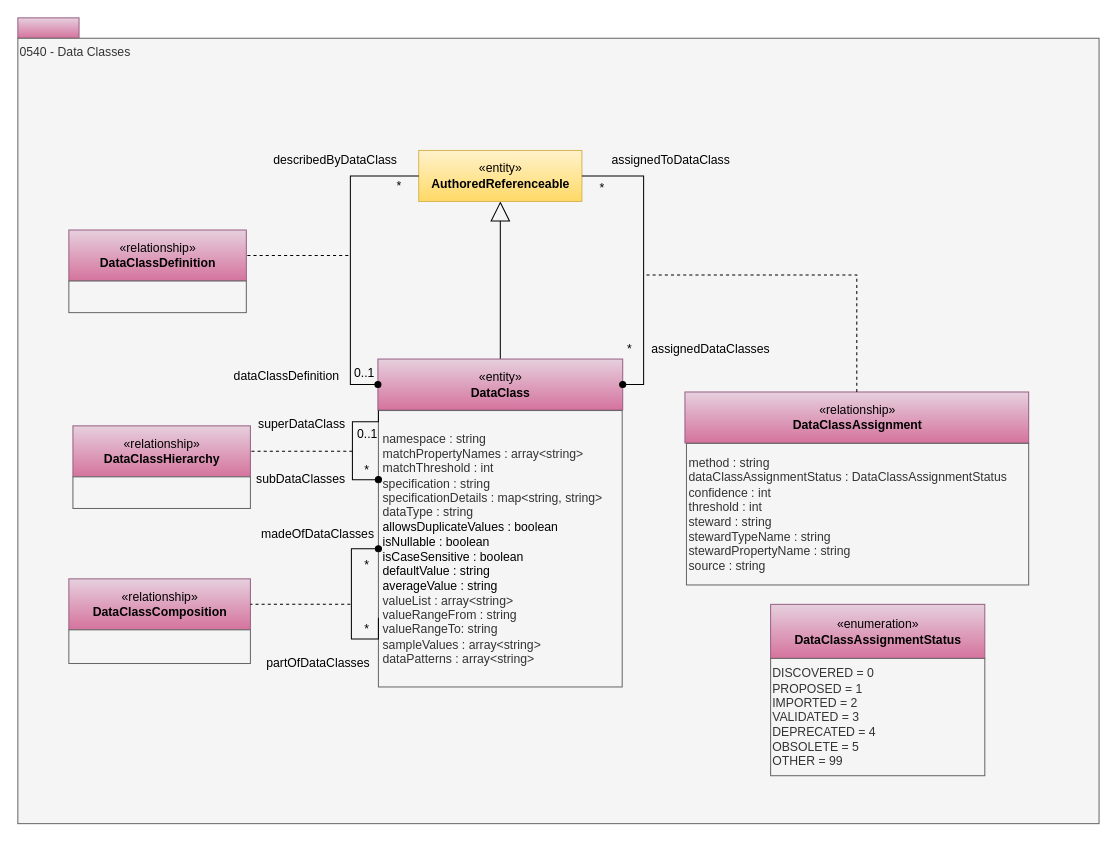
Above: page "0540-Data-Classes" (24 of 33) of site/docs/types/5/area-5-models-and-schema.drawio in odpi/egeria-docs (draw.io), before the change. Source tidied: cells renumbered, new cells numbered last; positions are measured from the earlier drawing's top-left corner, leaving out a move shared by most shapes. Both pictures are drawn from the tidied source at 102%, with x=0, y=0 at pixel (17, 17).
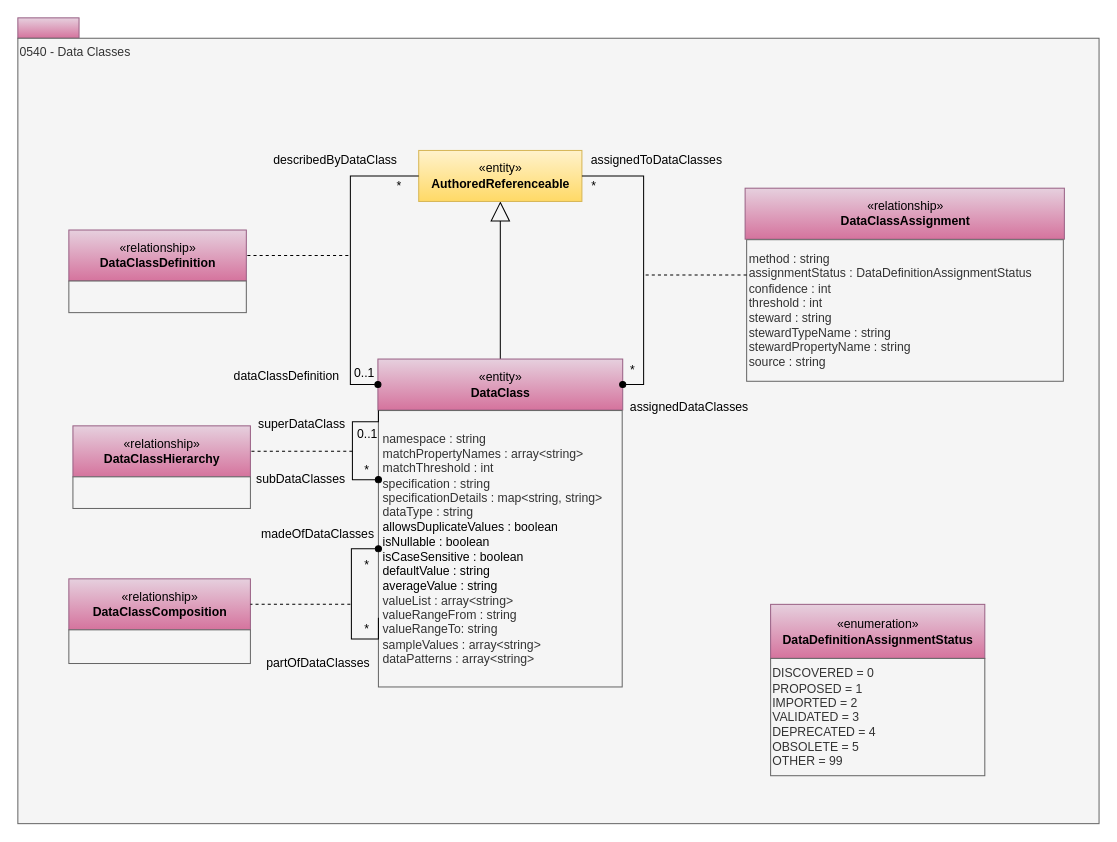
Above is the later version.

Diff of the diagram source:
```diff
@@
     <mxCell id="11" value="*" style="text;html=1;strokeColor=none;fillColor=none;align=center;verticalAlign=middle;whiteSpace=wrap;rounded=0;" parent="1" vertex="1">
-      <mxGeometry x="553" y="156.5" width="40" height="20" as="geometry" />
+      <mxGeometry x="545" y="155" width="40" height="20" as="geometry" />
     </mxCell>
     <mxCell id="12" value="*" style="text;html=1;strokeColor=none;fillColor=none;align=center;verticalAlign=middle;whiteSpace=wrap;rounded=0;" parent="1" vertex="1">
-      <mxGeometry x="580" y="314.5" width="40" height="20" as="geometry" />
+      <mxGeometry x="583" y="336.2" width="40" height="20" as="geometry" />
     </mxCell>
-    <mxCell id="13" value="assignedToDataClass" style="text;html=1;strokeColor=none;fillColor=none;align=center;verticalAlign=middle;whiteSpace=wrap;rounded=0;" parent="1" vertex="1">
-      <mxGeometry x="553.5" y="130" width="173" height="20" as="geometry" />
+    <mxCell id="13" value="assignedToDataClasses" style="text;html=1;strokeColor=none;fillColor=none;align=center;verticalAlign=middle;whiteSpace=wrap;rounded=0;" parent="1" vertex="1">
+      <mxGeometry x="540" y="130" width="173" height="20" as="geometry" />
     </mxCell>
     <mxCell id="14" value="assignedDataClasses" style="text;html=1;strokeColor=none;fillColor=none;align=center;verticalAlign=middle;whiteSpace=wrap;rounded=0;" parent="1" vertex="1">
-      <mxGeometry x="618" y="314.5" width="123" height="20" as="geometry" />
+      <mxGeometry x="597" y="372" width="123" height="20" as="geometry" />
     </mxCell>
-    <mxCell id="15" value="«enumeration»&lt;br&gt;&lt;b&gt;DataClassAssignmentStatus&lt;/b&gt;" style="html=1;strokeColor=#996185;align=center;fillColor=#e6d0de;gradientColor=#d5739d;" parent="1" vertex="1">
+    <mxCell id="15" value="«enumeration»&lt;br&gt;&lt;b&gt;DataDefinitionAssignmentStatus&lt;/b&gt;" style="html=1;strokeColor=#996185;align=center;fillColor=#e6d0de;gradientColor=#d5739d;" parent="1" vertex="1">
       <mxGeometry x="738" y="575" width="210" height="53" as="geometry" />
     </mxCell>
@@
     <mxCell id="17" value="«relationship»&lt;br&gt;&lt;b&gt;DataClassAssignment&lt;/b&gt;" style="html=1;strokeColor=#996185;align=center;fillColor=#e6d0de;gradientColor=#d5739d;" parent="1" vertex="1">
-      <mxGeometry x="654" y="366.8" width="337" height="50" as="geometry" />
+      <mxGeometry x="713" y="167" width="313" height="50" as="geometry" />
     </mxCell>
-    <mxCell id="18" value="&lt;span&gt;method : string&lt;/span&gt;&lt;br&gt;&lt;span&gt;dataClassAssignmentStatus : DataClassAssignmentStatus&lt;/span&gt;&lt;br&gt;&lt;span&gt;confidence : int&lt;/span&gt;&lt;br&gt;&lt;span&gt;threshold : int&lt;/span&gt;&lt;br&gt;&lt;span&gt;steward : string&lt;/span&gt;&lt;div&gt;stewardTypeName : string&lt;/div&gt;&lt;div&gt;stewardPropertyName : string&lt;br&gt;&lt;span&gt;source : string&lt;/span&gt;&lt;/div&gt;" style="rounded=0;whiteSpace=wrap;html=1;strokeColor=#666666;align=left;fillColor=#f5f5f5;fontColor=#333333;" parent="1" vertex="1">
-      <mxGeometry x="655.5" y="417.2" width="335.5" height="138.8" as="geometry" />
+    <mxCell id="18" value="&lt;span&gt;method : string&lt;/span&gt;&lt;br&gt;&lt;span&gt;assignmentStatus : DataDefinitionAssignmentStatus&lt;/span&gt;&lt;br&gt;&lt;span&gt;confidence : int&lt;/span&gt;&lt;br&gt;&lt;span&gt;threshold : int&lt;/span&gt;&lt;br&gt;&lt;span&gt;steward : string&lt;/span&gt;&lt;div&gt;stewardTypeName : string&lt;/div&gt;&lt;div&gt;stewardPropertyName : string&lt;br&gt;&lt;span&gt;source : string&lt;/span&gt;&lt;/div&gt;" style="rounded=0;whiteSpace=wrap;html=1;strokeColor=#666666;align=left;fillColor=#f5f5f5;fontColor=#333333;" parent="1" vertex="1">
+      <mxGeometry x="714.5" y="217.5" width="310.5" height="138.8" as="geometry" />
     </mxCell>
-    <mxCell id="19" style="endArrow=none;dashed=1;html=1;exitX=0.5;exitY=0;exitDx=0;exitDy=0;rounded=0;edgeStyle=orthogonalEdgeStyle;" parent="1" edge="1" source="17">
+    <mxCell id="19" style="endArrow=none;dashed=1;html=1;exitX=0;exitY=0.25;exitDx=0;exitDy=0;rounded=0;edgeStyle=orthogonalEdgeStyle;" parent="1" edge="1" source="18">
       <mxGeometry relative="1" as="geometry">
         <mxPoint x="613.5" y="252" as="targetPoint" />
         <Array as="points">
-          <mxPoint x="823" y="252" />
+          <mxPoint x="692" y="252" />
+          <mxPoint x="692" y="252" />
         </Array>
       </mxGeometry>
     </mxCell>
```
